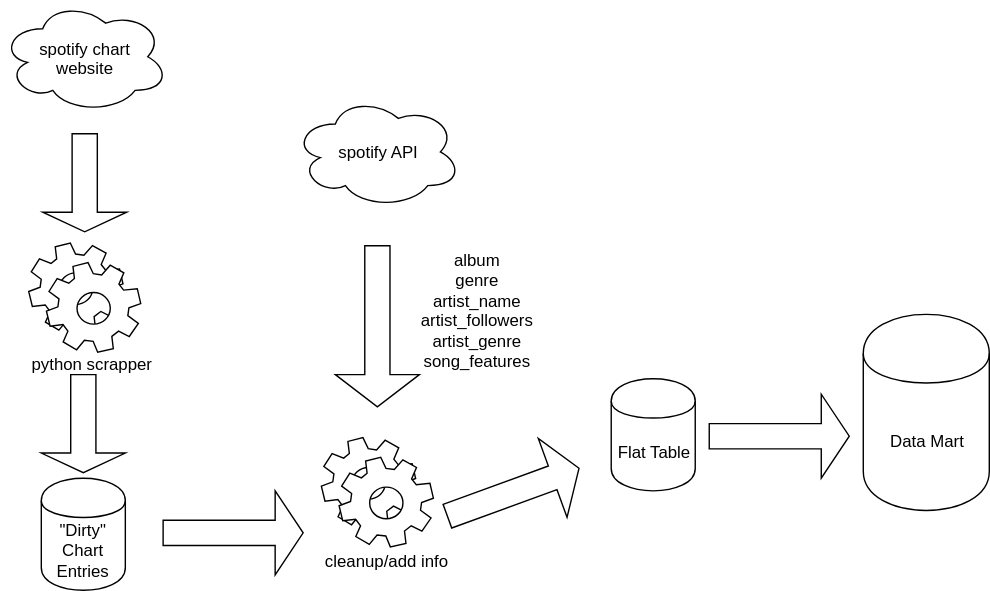
AlexChanson/DW keeps this draw.io diagram as figures/dw_architecture.svg. Above is the earlier version. Source tidied: cells renumbered, new cells last; positions are measured from the earlier drawing's top-left corner, leaving out a move shared by most shapes.
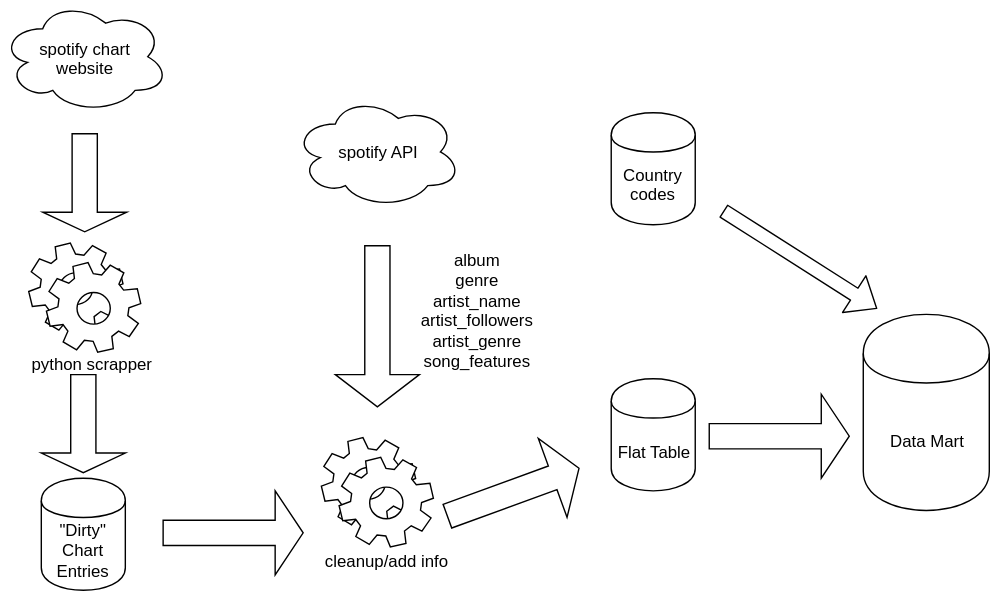
Later version of the same file.

What changed in the source:
```diff
@@ -59,5 +59,14 @@
     <mxCell id="19" value="&lt;div align=&quot;center&quot;&gt;spotify chart&lt;/div&gt;&lt;div align=&quot;center&quot;&gt; website&lt;/div&gt;" style="text;html=1;" parent="1" vertex="1">
       <mxGeometry x="26" y="21" width="92" height="50" as="geometry" />
     </mxCell>
+    <mxCell id="20" value="&lt;div&gt;Country codes&lt;/div&gt;" style="shape=cylinder;whiteSpace=wrap;html=1;boundedLbl=1;backgroundOutline=1;" parent="1" vertex="1">
+      <mxGeometry x="436" y="80" width="60" height="80" as="geometry" />
+    </mxCell>
+    <mxCell id="21" style="shape=flexArrow;endArrow=classic;html=1;fillColor=#ffffff;" parent="1" edge="1">
+      <mxGeometry relative="1" as="geometry">
+        <mxPoint x="516" y="150" as="sourcePoint" />
+        <mxPoint x="626" y="220" as="targetPoint" />
+      </mxGeometry>
+    </mxCell>
   </root>
 </mxGraphModel>
```
